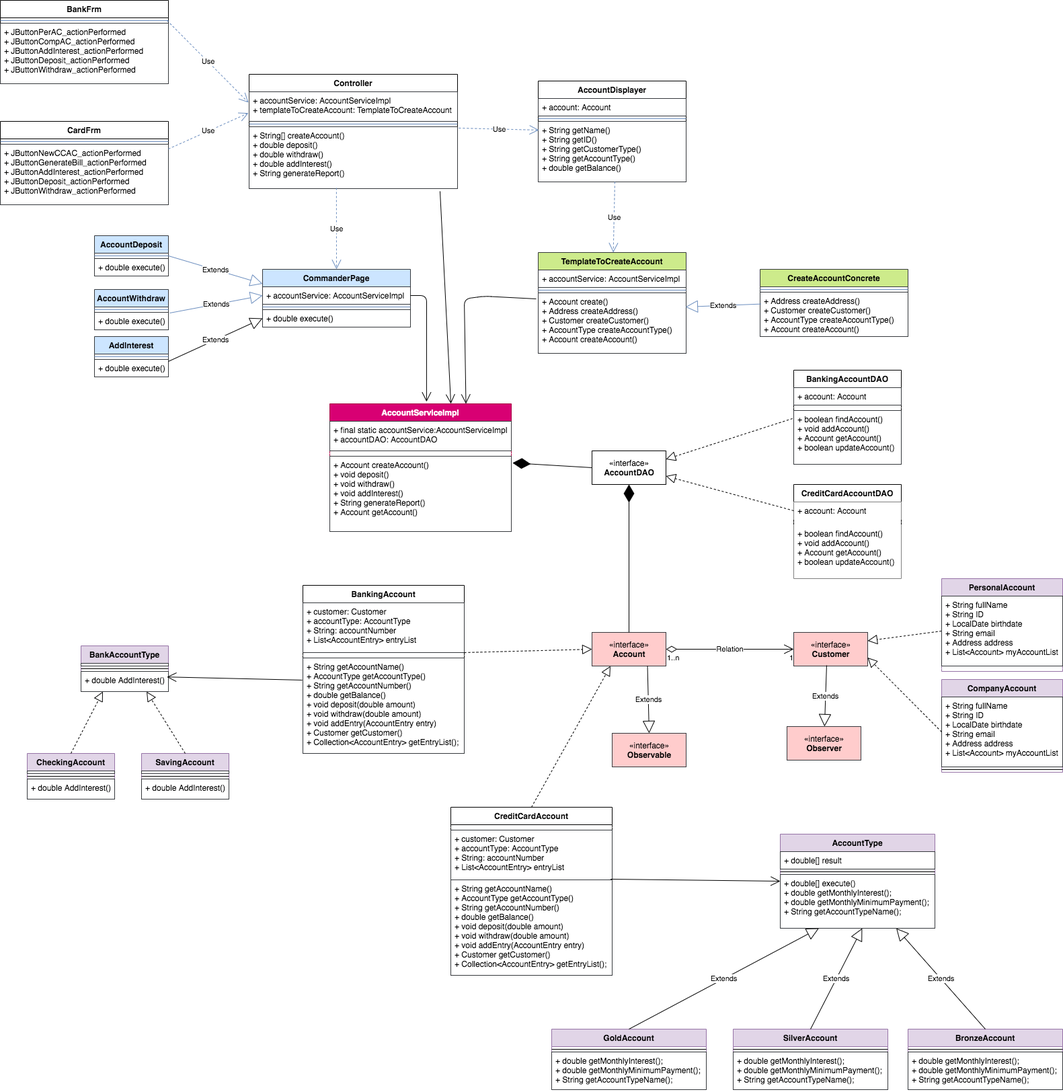
Earlier version of the draw.io export diagram/class_diagram/bank_class_diagram.png (niick7/ASD_Bank_System). Source tidied: cells renumbered, new cells last; positions are measured from the earlier drawing's top-left corner, leaving out a move shared by most shapes.
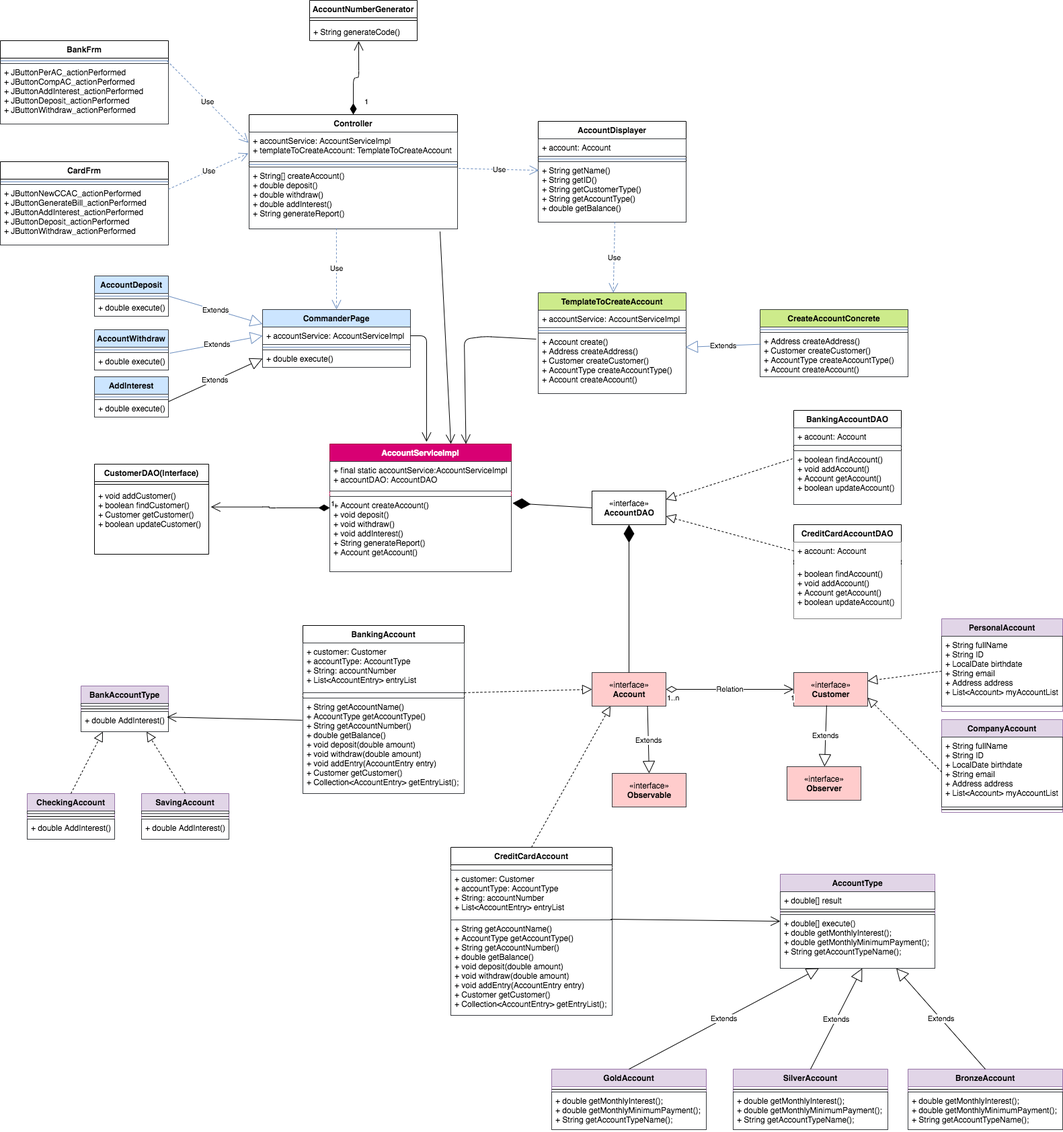
Later version of the same file.

Commit message:
Update class diagarm

The edit, as a diff of the source:
```diff
@@ -381,5 +381,31 @@
     <mxCell id="123" style="endArrow=open;endFill=1;endSize=12;html=1;strokeColor=#000000;exitX=0.916;exitY=1.043;exitDx=0;exitDy=0;exitPerimeter=0;entryX=0.667;entryY=0;entryDx=0;entryDy=0;entryPerimeter=0;" parent="1" edge="1" source="11" target="45">
       <mxGeometry relative="1" as="geometry" />
     </mxCell>
+    <mxCell id="124" value="AccountNumberGenerator" style="swimlane;fontStyle=1;align=center;verticalAlign=top;horizontal=1;startSize=26;" parent="1" vertex="1">
+      <mxGeometry x="460" y="-60" width="160" height="60" as="geometry" />
+    </mxCell>
+    <mxCell id="125" style="line;strokeWidth=1;fillColor=none;align=left;verticalAlign=middle;spacingTop=-1;spacingLeft=3;spacingRight=3;labelPosition=right;" parent="124" vertex="1">
+      <mxGeometry y="26" width="160" height="8" as="geometry" />
+    </mxCell>
+    <mxCell id="126" value="+ String generateCode()" style="text;strokeColor=none;fillColor=none;align=left;verticalAlign=top;spacingLeft=4;spacingRight=4;overflow=hidden;points=[[0,0.5],[1,0.5]];portConstraint=eastwest;" parent="124" vertex="1">
+      <mxGeometry y="34" width="160" height="26" as="geometry" />
+    </mxCell>
+    <mxCell id="127" value="1" style="endArrow=open;html=1;endSize=12;startArrow=diamondThin;startSize=14;startFill=1;edgeStyle=orthogonalEdgeStyle;align=left;verticalAlign=bottom;exitX=0.5;exitY=0;exitDx=0;exitDy=0;entryX=0.456;entryY=1.013;entryDx=0;entryDy=0;entryPerimeter=0;" parent="1" edge="1" source="8" target="126">
+      <mxGeometry x="-0.83" y="-15" relative="1" as="geometry">
+        <mxPoint y="1" as="offset" />
+      </mxGeometry>
+    </mxCell>
+    <mxCell id="128" value="CustomerDAO(Interface)" style="swimlane;fontStyle=1;align=center;verticalAlign=top;horizontal=1;startSize=26;" parent="1" vertex="1">
+      <mxGeometry x="140" y="630" width="170" height="134" as="geometry" />
+    </mxCell>
+    <mxCell id="129" style="line;strokeWidth=1;fillColor=none;align=left;verticalAlign=middle;spacingTop=-1;spacingLeft=3;spacingRight=3;labelPosition=right;" parent="128" vertex="1">
+      <mxGeometry y="26" width="170" height="8" as="geometry" />
+    </mxCell>
+    <mxCell id="130" value="+ void addCustomer()&#10;+ boolean findCustomer()&#10;+ Customer getCustomer()&#10;+ boolean updateCustomer()" style="text;strokeColor=none;fillColor=none;align=left;verticalAlign=top;spacingLeft=4;spacingRight=4;overflow=hidden;points=[[0,0.5],[1,0.5]];portConstraint=eastwest;" parent="128" vertex="1">
+      <mxGeometry y="34" width="170" height="100" as="geometry" />
+    </mxCell>
+    <mxCell id="131" value="1" style="endArrow=open;html=1;endSize=12;startArrow=diamondThin;startSize=14;startFill=1;edgeStyle=orthogonalEdgeStyle;align=left;verticalAlign=bottom;exitX=0;exitY=0.5;exitDx=0;exitDy=0;entryX=1.018;entryY=0.297;entryDx=0;entryDy=0;entryPerimeter=0;" parent="1" edge="1" source="45" target="130">
+      <mxGeometry x="-1" y="3" relative="1" as="geometry" />
+    </mxCell>
   </root>
 </mxGraphModel>
```
